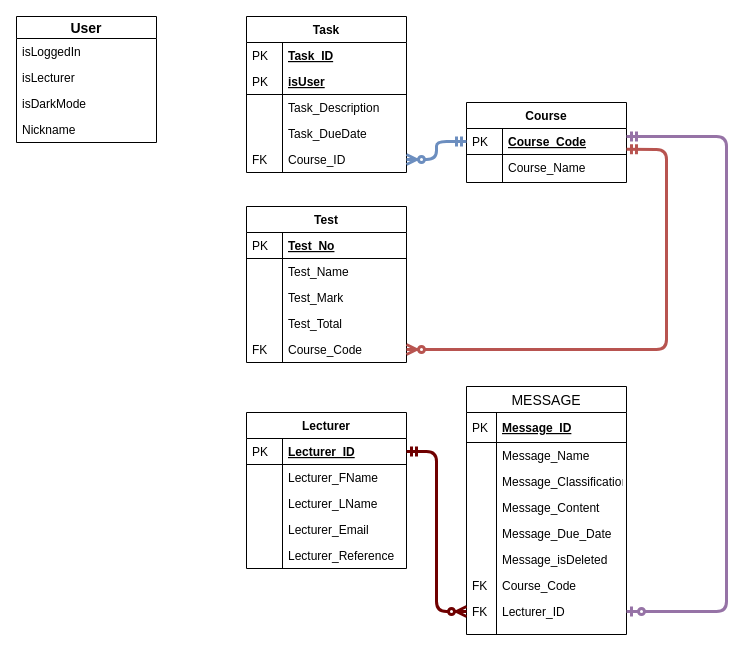
The draw.io diagram Other/ERDS/LocalIntialERD.drawio in Arneev/LecTrac, before the edit. Source tidied: cells renumbered, new cells numbered last; positions are measured from the earlier drawing's top-left corner, leaving out a move shared by most shapes. Both pictures are drawn from the tidied source at 100%, with x=0, y=0 at pixel (16, 16).
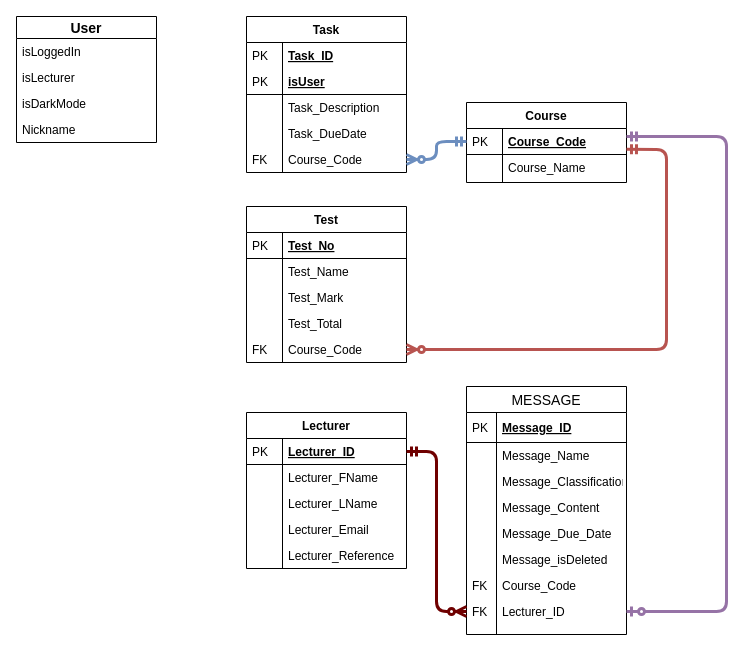
The same diagram, later.

Commit message (it also covers changes not shown here):
SQLite Create tables

The change refers to these unchanged cells:
```xml
<mxCell id="13" value="Task" style="swimlane;fontStyle=1;horizontal=1;startSize=26;rounded=0;shadow=0;strokeWidth=1;" parent="1" vertex="1">
  <mxGeometry x="230" width="160" height="156" as="geometry" />
</mxCell>
```

Diff of the diagram source:
```diff
@@
-    <mxCell id="22" value="Course_ID" style="shape=partialRectangle;top=0;left=0;right=0;bottom=0;align=left;verticalAlign=top;fillColor=none;spacingLeft=40;spacingRight=4;overflow=hidden;points=[[0,0.5],[1,0.5]];portConstraint=eastwest;rounded=0;shadow=0;strokeWidth=1;" parent="13" vertex="1">
+    <mxCell id="22" value="Course_Code" style="shape=partialRectangle;top=0;left=0;right=0;bottom=0;align=left;verticalAlign=top;fillColor=none;spacingLeft=40;spacingRight=4;overflow=hidden;points=[[0,0.5],[1,0.5]];portConstraint=eastwest;rounded=0;shadow=0;strokeWidth=1;" parent="13" vertex="1">
       <mxGeometry y="130" width="160" height="26" as="geometry" />
     </mxCell>
```
